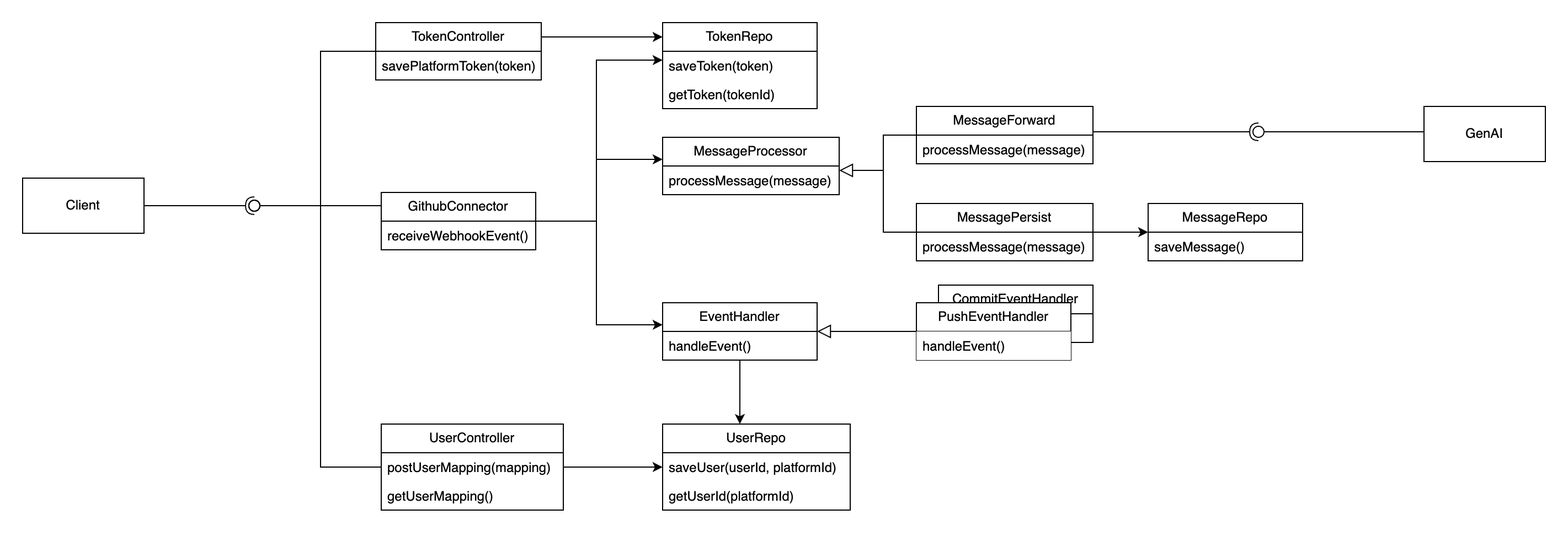
Earlier version of the draw.io export sdlc-connector/docs/sdlc.class.drawio.png (AET-DevOps25/team-scrumbags). Source tidied: cells renumbered, new cells last; positions are measured from the earlier drawing's top-left corner, leaving out a move shared by most shapes.
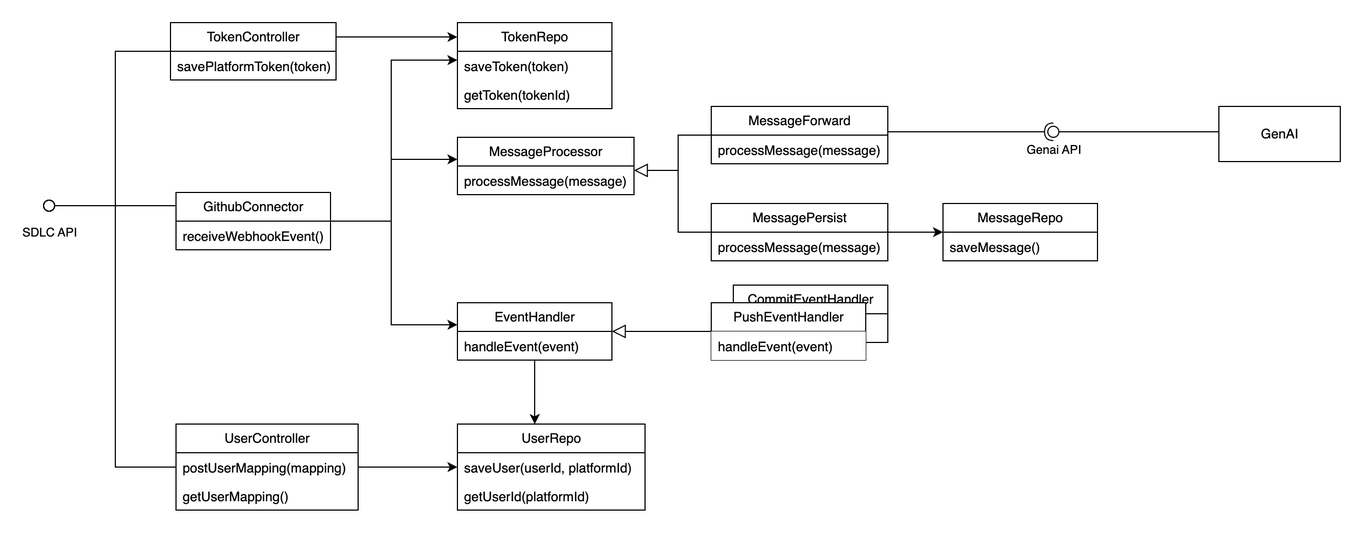
Above is the later version.

What changed in the source:
```diff
@@ -64,9 +64,6 @@
     <mxCell id="15" value="receiveWebhookEvent()" style="text;strokeColor=none;fillColor=none;align=left;verticalAlign=top;spacingLeft=4;spacingRight=4;overflow=hidden;whiteSpace=wrap;html=1;" parent="14" vertex="1">
       <mxGeometry y="26" width="140" height="26" as="geometry" />
     </mxCell>
-    <mxCell id="16" value="Client" style="html=1;whiteSpace=wrap;" parent="1" vertex="1">
-      <mxGeometry y="141" width="110" height="50" as="geometry" />
-    </mxCell>
     <mxCell id="17" value="TokenRepo" style="swimlane;fontStyle=0;horizontal=1;startSize=26;fillColor=none;whiteSpace=wrap;html=1;" parent="1" vertex="1">
       <mxGeometry x="580" width="140" height="78" as="geometry" />
     </mxCell>
@@ -102,7 +99,7 @@
     <mxCell id="26" value="EventHandler" style="swimlane;fontStyle=0;horizontal=1;startSize=26;fillColor=none;whiteSpace=wrap;html=1;" parent="1" vertex="1">
       <mxGeometry x="580" y="254" width="140" height="52" as="geometry" />
     </mxCell>
-    <mxCell id="27" value="handleEvent()" style="text;strokeColor=none;fillColor=none;align=left;verticalAlign=top;spacingLeft=4;spacingRight=4;overflow=hidden;whiteSpace=wrap;html=1;" parent="26" vertex="1">
+    <mxCell id="27" value="handleEvent(event)" style="text;strokeColor=none;fillColor=none;align=left;verticalAlign=top;spacingLeft=4;spacingRight=4;overflow=hidden;whiteSpace=wrap;html=1;" parent="26" vertex="1">
       <mxGeometry y="26" width="140" height="26" as="geometry" />
     </mxCell>
     <mxCell id="28" style="edgeStyle=orthogonalEdgeStyle;rounded=0;jettySize=auto;html=1;endArrow=block;endFill=0;endSize=10;" parent="1" edge="1" source="29" target="23">
@@ -151,12 +148,9 @@
     <mxCell id="39" value="PushEventHandler" style="swimlane;fontStyle=0;horizontal=1;startSize=26;whiteSpace=wrap;html=1;" parent="1" vertex="1">
       <mxGeometry x="810" y="254" width="140" height="52" as="geometry" />
     </mxCell>
-    <mxCell id="40" value="handleEvent()" style="text;align=left;verticalAlign=top;spacingLeft=4;spacingRight=4;overflow=hidden;whiteSpace=wrap;html=1;fillColor=default;" parent="39" vertex="1">
+    <mxCell id="40" value="handleEvent(event)" style="text;align=left;verticalAlign=top;spacingLeft=4;spacingRight=4;overflow=hidden;whiteSpace=wrap;html=1;fillColor=default;" parent="39" vertex="1">
       <mxGeometry y="26" width="140" height="26" as="geometry" />
     </mxCell>
-    <mxCell id="41" style="rounded=0;jettySize=auto;html=1;endArrow=halfCircle;endFill=0;endSize=6;strokeWidth=1;sketch=0;" parent="1" edge="1" source="16" target="43">
-      <mxGeometry relative="1" as="geometry" />
-    </mxCell>
     <mxCell id="42" style="rounded=0;jettySize=auto;html=1;endArrow=oval;endFill=0;sketch=0;sourcePerimeterSpacing=0;targetPerimeterSpacing=0;endSize=10;edgeStyle=orthogonalEdgeStyle;" parent="1" edge="1" source="8" target="43">
       <mxGeometry relative="1" as="geometry">
         <Array as="points">
@@ -186,6 +180,11 @@
         </Array>
       </mxGeometry>
     </mxCell>
+    <mxCell id="49" value="SDLC API" style="edgeLabel;html=1;align=center;verticalAlign=middle;" parent="45" vertex="1">
+      <mxGeometry x="0.89" y="1" relative="1" as="geometry">
+        <mxPoint x="-14" y="23" as="offset" />
+      </mxGeometry>
+    </mxCell>
     <mxCell id="46" style="rounded=0;jettySize=auto;html=1;endArrow=halfCircle;endFill=0;endSize=6;strokeWidth=1;sketch=0;edgeStyle=orthogonalEdgeStyle;" parent="1" edge="1" source="29" target="48">
       <mxGeometry relative="1" as="geometry">
         <Array as="points">
@@ -202,6 +201,11 @@
         </Array>
       </mxGeometry>
     </mxCell>
+    <mxCell id="50" value="Genai API" style="edgeLabel;html=1;align=center;verticalAlign=middle;" parent="47" vertex="1">
+      <mxGeometry x="0.75" relative="1" as="geometry">
+        <mxPoint x="-19" y="16" as="offset" />
+      </mxGeometry>
+    </mxCell>
     <mxCell id="48" style="ellipse;whiteSpace=wrap;html=1;align=center;fillColor=none;strokeColor=none;perimeter=centerPerimeter;points=[];outlineConnect=1;" parent="1" vertex="1">
       <mxGeometry x="1115" y="94" width="10" height="10" as="geometry" />
     </mxCell>
```
